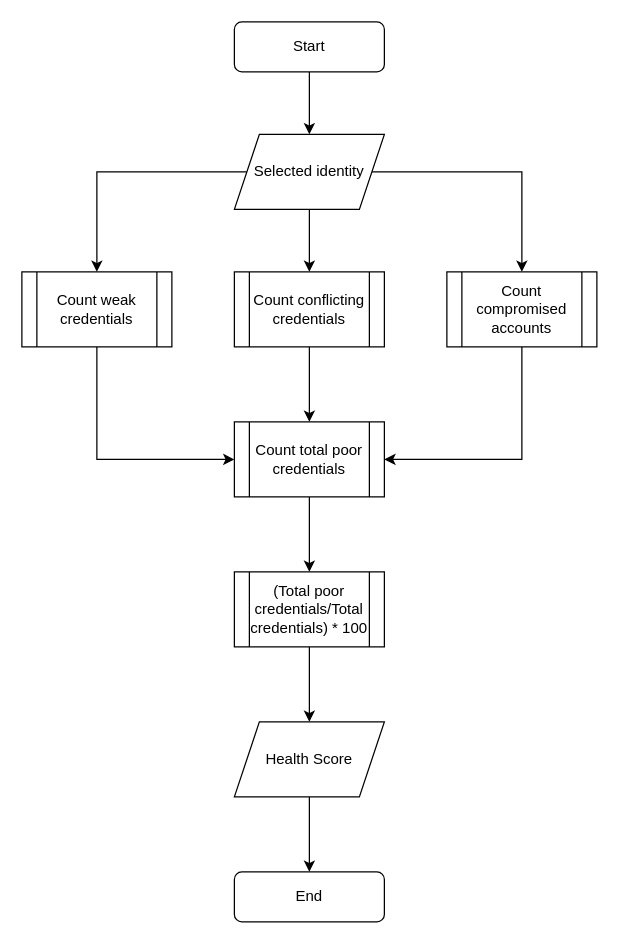
Earlier version of the draw.io diagram page "Calculate health score" (3 of 5) of Designs/Diagrams/vIDsafe backend diagrams.drawio (000xE/vIDsafe). Source tidied: cells renumbered, new cells numbered last; positions are measured from the earlier drawing's top-left corner, leaving out a move shared by most shapes. Both pictures are drawn from the tidied source at 125%, with x=0, y=0 at pixel (21, 21).
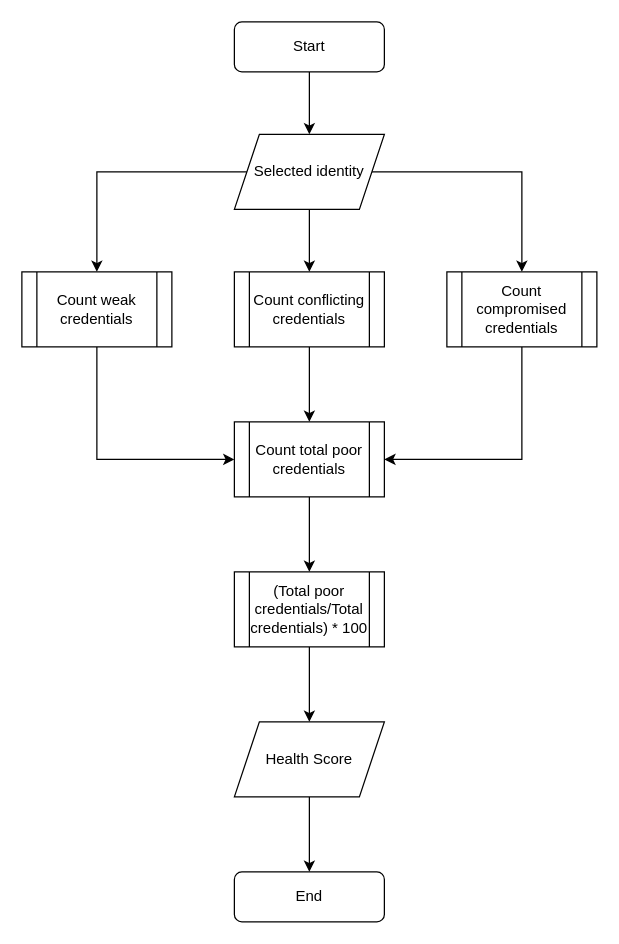
Above is the later version.

Change to the diagram source:
```diff
@@
-    <mxCell id="14" value="Count compromised accounts" style="shape=process;whiteSpace=wrap;html=1;backgroundOutline=1;" parent="1" vertex="1">
+    <mxCell id="14" value="Count compromised credentials" style="shape=process;whiteSpace=wrap;html=1;backgroundOutline=1;" parent="1" vertex="1">
       <mxGeometry x="340" y="200" width="120" height="60" as="geometry" />
     </mxCell>
```
